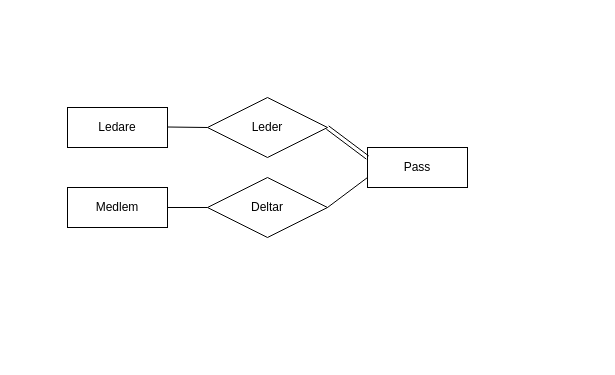
Earlier version of the draw.io diagram page "ER" (1 of 2) of Gym.drawio (Ingelisun/ERmodels). Source tidied: cells renumbered, new cells numbered last; positions are measured from the earlier drawing's top-left corner, leaving out a move shared by most shapes. Both pictures are drawn from the tidied source at 100%, with x=0, y=0 at pixel (67, 97).
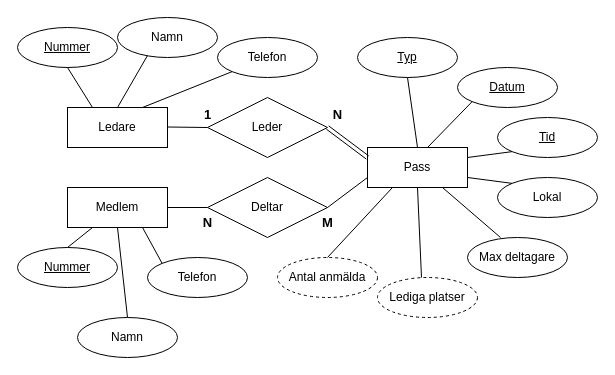
The same diagram, later.

The change refers to these unchanged cells:
```xml
<mxCell id="2" value="Ledare" style="whiteSpace=wrap;html=1;align=center;" parent="1" vertex="1">
  <mxGeometry y="10" width="100" height="40" as="geometry" />
</mxCell>
<mxCell id="3" value="Medlem" style="whiteSpace=wrap;html=1;align=center;" parent="1" vertex="1">
  <mxGeometry y="90" width="100" height="40" as="geometry" />
</mxCell>
<mxCell id="4" value="Pass" style="whiteSpace=wrap;html=1;align=center;" parent="1" vertex="1">
  <mxGeometry x="300" y="50" width="100" height="40" as="geometry" />
</mxCell>
```

What changed in the source:
```diff
@@
+    <mxCell id="11" value="&lt;font style=&quot;font-size: 13px&quot;&gt;&lt;b style=&quot;font-size: 13px&quot;&gt;1&lt;/b&gt;&lt;/font&gt;" style="text;html=1;align=center;verticalAlign=middle;fillColor=none;strokeColor=none;rounded=0;fontSize=13;" parent="1" vertex="1">
+      <mxGeometry x="130" y="7" width="20" height="20" as="geometry" />
+    </mxCell>
+    <mxCell id="12" value="&lt;font style=&quot;font-size: 13px&quot;&gt;&lt;b style=&quot;font-size: 13px&quot;&gt;N&lt;/b&gt;&lt;/font&gt;" style="text;html=1;align=center;verticalAlign=middle;fillColor=none;strokeColor=none;rounded=0;fontSize=13;" parent="1" vertex="1">
+      <mxGeometry x="260" y="7" width="20" height="20" as="geometry" />
+    </mxCell>
+    <mxCell id="13" value="&lt;font style=&quot;font-size: 13px&quot;&gt;&lt;b style=&quot;font-size: 13px&quot;&gt;N&lt;/b&gt;&lt;/font&gt;" style="text;html=1;align=center;verticalAlign=middle;fillColor=none;strokeColor=none;rounded=0;fontSize=13;" parent="1" vertex="1">
+      <mxGeometry x="130" y="115" width="20" height="20" as="geometry" />
+    </mxCell>
+    <mxCell id="14" value="&lt;font style=&quot;font-size: 13px&quot;&gt;&lt;b style=&quot;font-size: 13px&quot;&gt;M&lt;/b&gt;&lt;/font&gt;" style="text;html=1;align=center;verticalAlign=middle;fillColor=none;strokeColor=none;rounded=0;fontSize=13;" parent="1" vertex="1">
+      <mxGeometry x="245" y="115" width="30" height="20" as="geometry" />
+    </mxCell>
+    <mxCell id="15" value="Nummer" style="ellipse;whiteSpace=wrap;html=1;align=center;fontStyle=4;" parent="1" vertex="1">
+      <mxGeometry x="-50" y="-70" width="100" height="40" as="geometry" />
+    </mxCell>
+    <mxCell id="16" value="Nummer" style="ellipse;whiteSpace=wrap;html=1;align=center;fontStyle=4;" parent="1" vertex="1">
+      <mxGeometry x="-50" y="150" width="100" height="40" as="geometry" />
+    </mxCell>
+    <mxCell id="17" value="Namn" style="ellipse;whiteSpace=wrap;html=1;align=center;" parent="1" vertex="1">
+      <mxGeometry x="50" y="-80" width="100" height="40" as="geometry" />
+    </mxCell>
+    <mxCell id="18" value="Namn" style="ellipse;whiteSpace=wrap;html=1;align=center;" parent="1" vertex="1">
+      <mxGeometry x="10" y="220" width="100" height="40" as="geometry" />
+    </mxCell>
+    <mxCell id="19" style="endArrow=none;html=1;rounded=0;exitX=0.5;exitY=1;exitDx=0;exitDy=0;entryX=0.25;entryY=0;entryDx=0;entryDy=0;" parent="1" edge="1" source="15" target="2">
+      <mxGeometry relative="1" as="geometry" />
+    </mxCell>
+    <mxCell id="20" style="endArrow=none;html=1;rounded=0;exitX=0.5;exitY=0;exitDx=0;exitDy=0;entryX=0.3;entryY=0.95;entryDx=0;entryDy=0;entryPerimeter=0;" parent="1" edge="1" source="2" target="17">
+      <mxGeometry relative="1" as="geometry" />
+    </mxCell>
+    <mxCell id="21" style="endArrow=none;html=1;rounded=0;exitX=0.5;exitY=0;exitDx=0;exitDy=0;entryX=0.25;entryY=1;entryDx=0;entryDy=0;" parent="1" edge="1" source="16" target="3">
+      <mxGeometry relative="1" as="geometry" />
+    </mxCell>
+    <mxCell id="22" style="endArrow=none;html=1;rounded=0;exitX=0.5;exitY=1;exitDx=0;exitDy=0;entryX=0.5;entryY=0;entryDx=0;entryDy=0;" parent="1" edge="1" source="3" target="18">
+      <mxGeometry relative="1" as="geometry" />
+    </mxCell>
+    <mxCell id="23" value="&lt;u&gt;Typ&lt;/u&gt;" style="ellipse;whiteSpace=wrap;html=1;align=center;" parent="1" vertex="1">
+      <mxGeometry x="290" y="-60" width="100" height="40" as="geometry" />
+    </mxCell>
+    <mxCell id="24" value="&lt;u&gt;Datum&lt;/u&gt;" style="ellipse;whiteSpace=wrap;html=1;align=center;" parent="1" vertex="1">
+      <mxGeometry x="390" y="-30" width="100" height="40" as="geometry" />
+    </mxCell>
+    <mxCell id="25" value="&lt;u&gt;Tid&lt;/u&gt;" style="ellipse;whiteSpace=wrap;html=1;align=center;" parent="1" vertex="1">
+      <mxGeometry x="430" y="20" width="100" height="40" as="geometry" />
+    </mxCell>
+    <mxCell id="26" value="Lokal" style="ellipse;whiteSpace=wrap;html=1;align=center;" parent="1" vertex="1">
+      <mxGeometry x="430" y="80" width="100" height="40" as="geometry" />
+    </mxCell>
+    <mxCell id="27" value="Max deltagare" style="ellipse;whiteSpace=wrap;html=1;align=center;" parent="1" vertex="1">
+      <mxGeometry x="400" y="140" width="100" height="40" as="geometry" />
+    </mxCell>
+    <mxCell id="28" value="Antal anmälda" style="ellipse;whiteSpace=wrap;html=1;align=center;dashed=1;" parent="1" vertex="1">
+      <mxGeometry x="210" y="160" width="100" height="40" as="geometry" />
+    </mxCell>
+    <mxCell id="29" value="Lediga platser" style="ellipse;whiteSpace=wrap;html=1;align=center;dashed=1;" parent="1" vertex="1">
+      <mxGeometry x="310" y="180" width="100" height="40" as="geometry" />
+    </mxCell>
+    <mxCell id="30" style="endArrow=none;html=1;rounded=0;exitX=0.5;exitY=0;exitDx=0;exitDy=0;entryX=0.25;entryY=1;entryDx=0;entryDy=0;" parent="1" edge="1" source="28" target="4">
+      <mxGeometry relative="1" as="geometry" />
+    </mxCell>
+    <mxCell id="31" style="endArrow=none;html=1;rounded=0;exitX=0.44;exitY=0;exitDx=0;exitDy=0;exitPerimeter=0;entryX=0.5;entryY=1;entryDx=0;entryDy=0;" parent="1" edge="1" source="29" target="4">
+      <mxGeometry relative="1" as="geometry" />
+    </mxCell>
+    <mxCell id="32" style="endArrow=none;html=1;rounded=0;exitX=0.75;exitY=1;exitDx=0;exitDy=0;entryX=0.33;entryY=0;entryDx=0;entryDy=0;entryPerimeter=0;" parent="1" edge="1" source="4" target="27">
+      <mxGeometry relative="1" as="geometry" />
+    </mxCell>
+    <mxCell id="33" style="endArrow=none;html=1;rounded=0;entryX=0;entryY=0;entryDx=0;entryDy=0;exitX=1;exitY=0.75;exitDx=0;exitDy=0;" parent="1" edge="1" source="4" target="26">
+      <mxGeometry relative="1" as="geometry" />
+    </mxCell>
+    <mxCell id="34" style="endArrow=none;html=1;rounded=0;entryX=0;entryY=1;entryDx=0;entryDy=0;exitX=1;exitY=0.25;exitDx=0;exitDy=0;" parent="1" edge="1" source="4" target="25">
+      <mxGeometry relative="1" as="geometry" />
+    </mxCell>
+    <mxCell id="35" style="endArrow=none;html=1;rounded=0;entryX=0.5;entryY=1;entryDx=0;entryDy=0;exitX=0.5;exitY=0;exitDx=0;exitDy=0;" parent="1" edge="1" source="4" target="23">
+      <mxGeometry relative="1" as="geometry" />
+    </mxCell>
+    <mxCell id="36" style="endArrow=none;html=1;rounded=0;entryX=0;entryY=1;entryDx=0;entryDy=0;" parent="1" edge="1" target="24">
+      <mxGeometry relative="1" as="geometry">
+        <mxPoint x="360" y="50" as="sourcePoint" />
+      </mxGeometry>
+    </mxCell>
+    <mxCell id="37" value="Telefon" style="ellipse;whiteSpace=wrap;html=1;align=center;" parent="1" vertex="1">
+      <mxGeometry x="80" y="160" width="100" height="40" as="geometry" />
+    </mxCell>
+    <mxCell id="38" value="Telefon" style="ellipse;whiteSpace=wrap;html=1;align=center;" parent="1" vertex="1">
+      <mxGeometry x="150" y="-60" width="100" height="40" as="geometry" />
+    </mxCell>
+    <mxCell id="39" style="endArrow=none;html=1;rounded=0;exitX=0.75;exitY=1;exitDx=0;exitDy=0;entryX=0;entryY=0;entryDx=0;entryDy=0;" parent="1" edge="1" source="3" target="37">
+      <mxGeometry relative="1" as="geometry" />
+    </mxCell>
+    <mxCell id="40" style="endArrow=none;html=1;rounded=0;exitX=0.75;exitY=0;exitDx=0;exitDy=0;entryX=0;entryY=1;entryDx=0;entryDy=0;" parent="1" edge="1" source="2" target="38">
+      <mxGeometry relative="1" as="geometry" />
+    </mxCell>
```
